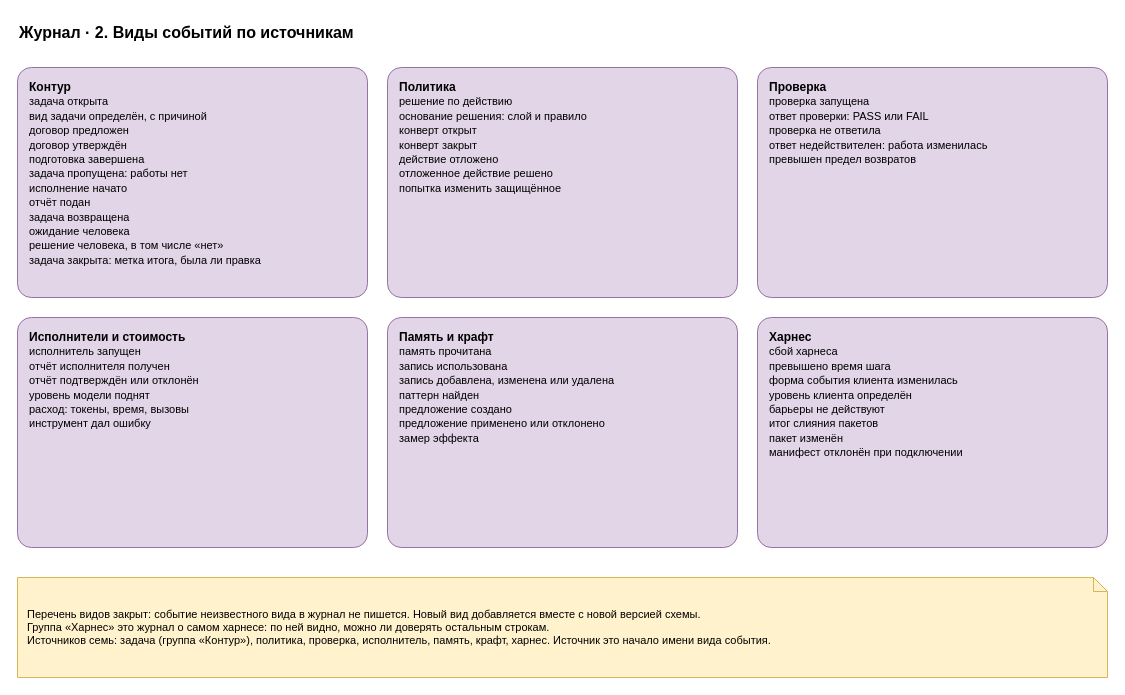
This is page "2. Виды событий" (2 of 6) of docs/spec/harness-journal.drawio from roygkov/reins, a draw.io file, before an edit. Source tidied: cells renumbered, new cells numbered last; positions are measured from the earlier drawing's top-left corner, leaving out a move shared by most shapes. Both pictures are drawn from the tidied source at 100%, with x=0, y=0 at pixel (17, 17).
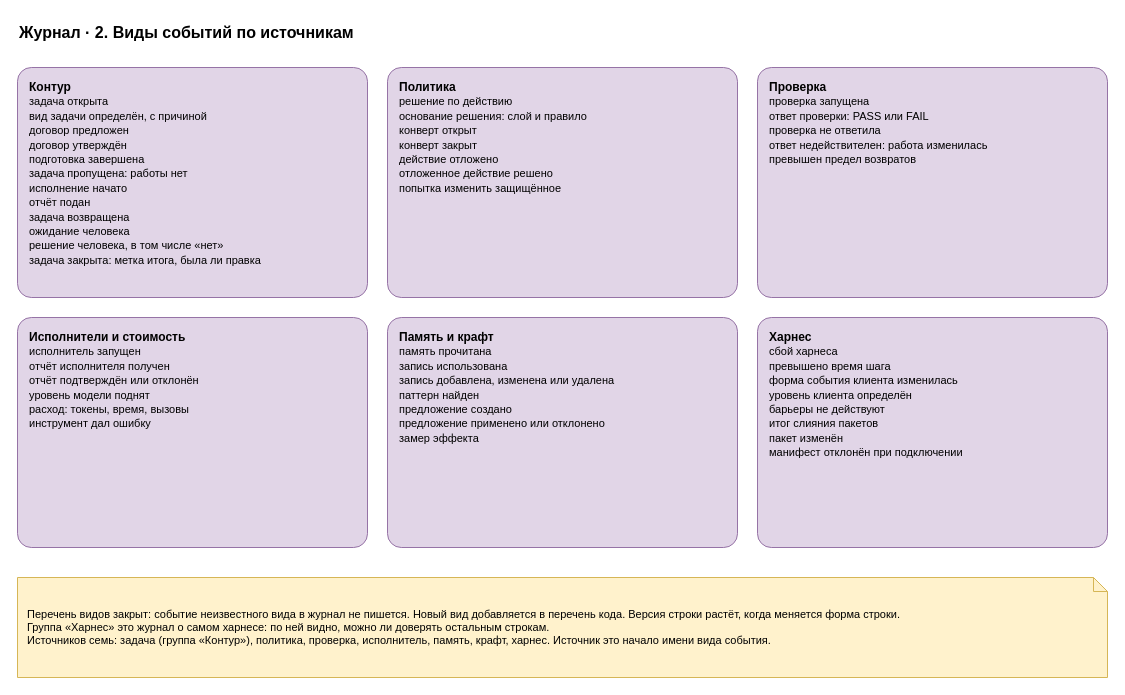
The same page after the edit.

Diff of the diagram source:
```diff
@@
 <mxGraphModel>
   <root>
     <mxCell id="0" />
     <mxCell id="1" parent="0" />
     <mxCell id="2" value="Журнал · 2. Виды событий по источникам" style="text;html=1;align=left;verticalAlign=middle;whiteSpace=wrap;fontSize=16;strokeColor=none;fillColor=none;fontStyle=1;" parent="1" vertex="1">
       <mxGeometry width="900" height="30" as="geometry" />
     </mxCell>
     <mxCell id="3" value="&lt;b&gt;Контур&lt;/b&gt;&lt;br&gt;&lt;font style=&quot;font-size:11px&quot;&gt;задача открыта&lt;br&gt;вид задачи определён, с причиной&lt;br&gt;договор предложен&lt;br&gt;договор утверждён&lt;br&gt;подготовка завершена&lt;br&gt;задача пропущена: работы нет&lt;br&gt;исполнение начато&lt;br&gt;отчёт подан&lt;br&gt;задача возвращена&lt;br&gt;ожидание человека&lt;br&gt;решение человека, в том числе «нет»&lt;br&gt;задача закрыта: метка итога, была ли правка&lt;/font&gt;" style="rounded=1;whiteSpace=wrap;html=1;fillColor=#e1d5e7;strokeColor=#9673a6;arcSize=6;align=left;verticalAlign=top;spacingLeft=10;spacingTop=6;spacingRight=6;" parent="1" vertex="1">
       <mxGeometry y="50" width="350" height="230" as="geometry" />
     </mxCell>
     <mxCell id="4" value="&lt;b&gt;Политика&lt;/b&gt;&lt;br&gt;&lt;font style=&quot;font-size:11px&quot;&gt;решение по действию&lt;br&gt;основание решения: слой и правило&lt;br&gt;конверт открыт&lt;br&gt;конверт закрыт&lt;br&gt;действие отложено&lt;br&gt;отложенное действие решено&lt;br&gt;попытка изменить защищённое&lt;/font&gt;" style="rounded=1;whiteSpace=wrap;html=1;fillColor=#e1d5e7;strokeColor=#9673a6;arcSize=6;align=left;verticalAlign=top;spacingLeft=10;spacingTop=6;spacingRight=6;" parent="1" vertex="1">
       <mxGeometry x="370" y="50" width="350" height="230" as="geometry" />
     </mxCell>
     <mxCell id="5" value="&lt;b&gt;Проверка&lt;/b&gt;&lt;br&gt;&lt;font style=&quot;font-size:11px&quot;&gt;проверка запущена&lt;br&gt;ответ проверки: PASS или FAIL&lt;br&gt;проверка не ответила&lt;br&gt;ответ недействителен: работа изменилась&lt;br&gt;превышен предел возвратов&lt;/font&gt;" style="rounded=1;whiteSpace=wrap;html=1;fillColor=#e1d5e7;strokeColor=#9673a6;arcSize=6;align=left;verticalAlign=top;spacingLeft=10;spacingTop=6;spacingRight=6;" parent="1" vertex="1">
       <mxGeometry x="740" y="50" width="350" height="230" as="geometry" />
     </mxCell>
     <mxCell id="6" value="&lt;b&gt;Исполнители и стоимость&lt;/b&gt;&lt;br&gt;&lt;font style=&quot;font-size:11px&quot;&gt;исполнитель запущен&lt;br&gt;отчёт исполнителя получен&lt;br&gt;отчёт подтверждён или отклонён&lt;br&gt;уровень модели поднят&lt;br&gt;расход: токены, время, вызовы&lt;br&gt;инструмент дал ошибку&lt;/font&gt;" style="rounded=1;whiteSpace=wrap;html=1;fillColor=#e1d5e7;strokeColor=#9673a6;arcSize=6;align=left;verticalAlign=top;spacingLeft=10;spacingTop=6;spacingRight=6;" parent="1" vertex="1">
       <mxGeometry y="300" width="350" height="230" as="geometry" />
     </mxCell>
     <mxCell id="7" value="&lt;b&gt;Память и крафт&lt;/b&gt;&lt;br&gt;&lt;font style=&quot;font-size:11px&quot;&gt;память прочитана&lt;br&gt;запись использована&lt;br&gt;запись добавлена, изменена или удалена&lt;br&gt;паттерн найден&lt;br&gt;предложение создано&lt;br&gt;предложение применено или отклонено&lt;br&gt;замер эффекта&lt;/font&gt;" style="rounded=1;whiteSpace=wrap;html=1;fillColor=#e1d5e7;strokeColor=#9673a6;arcSize=6;align=left;verticalAlign=top;spacingLeft=10;spacingTop=6;spacingRight=6;" parent="1" vertex="1">
       <mxGeometry x="370" y="300" width="350" height="230" as="geometry" />
     </mxCell>
     <mxCell id="8" value="&lt;b&gt;Харнес&lt;/b&gt;&lt;br&gt;&lt;font style=&quot;font-size:11px&quot;&gt;сбой харнеса&lt;br&gt;превышено время шага&lt;br&gt;форма события клиента изменилась&lt;br&gt;уровень клиента определён&lt;br&gt;барьеры не действуют&lt;br&gt;итог слияния пакетов&lt;br&gt;пакет изменён&lt;br&gt;манифест отклонён при подключении&lt;/font&gt;" style="rounded=1;whiteSpace=wrap;html=1;fillColor=#e1d5e7;strokeColor=#9673a6;arcSize=6;align=left;verticalAlign=top;spacingLeft=10;spacingTop=6;spacingRight=6;" parent="1" vertex="1">
       <mxGeometry x="740" y="300" width="350" height="230" as="geometry" />
     </mxCell>
-    <mxCell id="9" value="Перечень видов закрыт: событие неизвестного вида в журнал не пишется. Новый вид добавляется вместе с новой версией схемы.&lt;br&gt;Группа «Харнес» это журнал о самом харнесе: по ней видно, можно ли доверять остальным строкам.&lt;br&gt;Источников семь: задача (группа «Контур»), политика, проверка, исполнитель, память, крафт, харнес. Источник это начало имени вида события." style="shape=note;whiteSpace=wrap;html=1;backgroundOutline=1;size=14;fillColor=#fff2cc;strokeColor=#d6b656;align=left;spacingLeft=8;spacingRight=8;fontSize=11;" parent="1" vertex="1">
+    <mxCell id="9" value="Перечень видов закрыт: событие неизвестного вида в журнал не пишется. Новый вид добавляется в перечень кода. Версия строки растёт, когда меняется форма строки.&lt;br&gt;Группа «Харнес» это журнал о самом харнесе: по ней видно, можно ли доверять остальным строкам.&lt;br&gt;Источников семь: задача (группа «Контур»), политика, проверка, исполнитель, память, крафт, харнес. Источник это начало имени вида события." style="shape=note;whiteSpace=wrap;html=1;backgroundOutline=1;size=14;fillColor=#fff2cc;strokeColor=#d6b656;align=left;spacingLeft=8;spacingRight=8;fontSize=11;" parent="1" vertex="1">
       <mxGeometry y="560" width="1090" height="100" as="geometry" />
     </mxCell>
   </root>
 </mxGraphModel>
```
